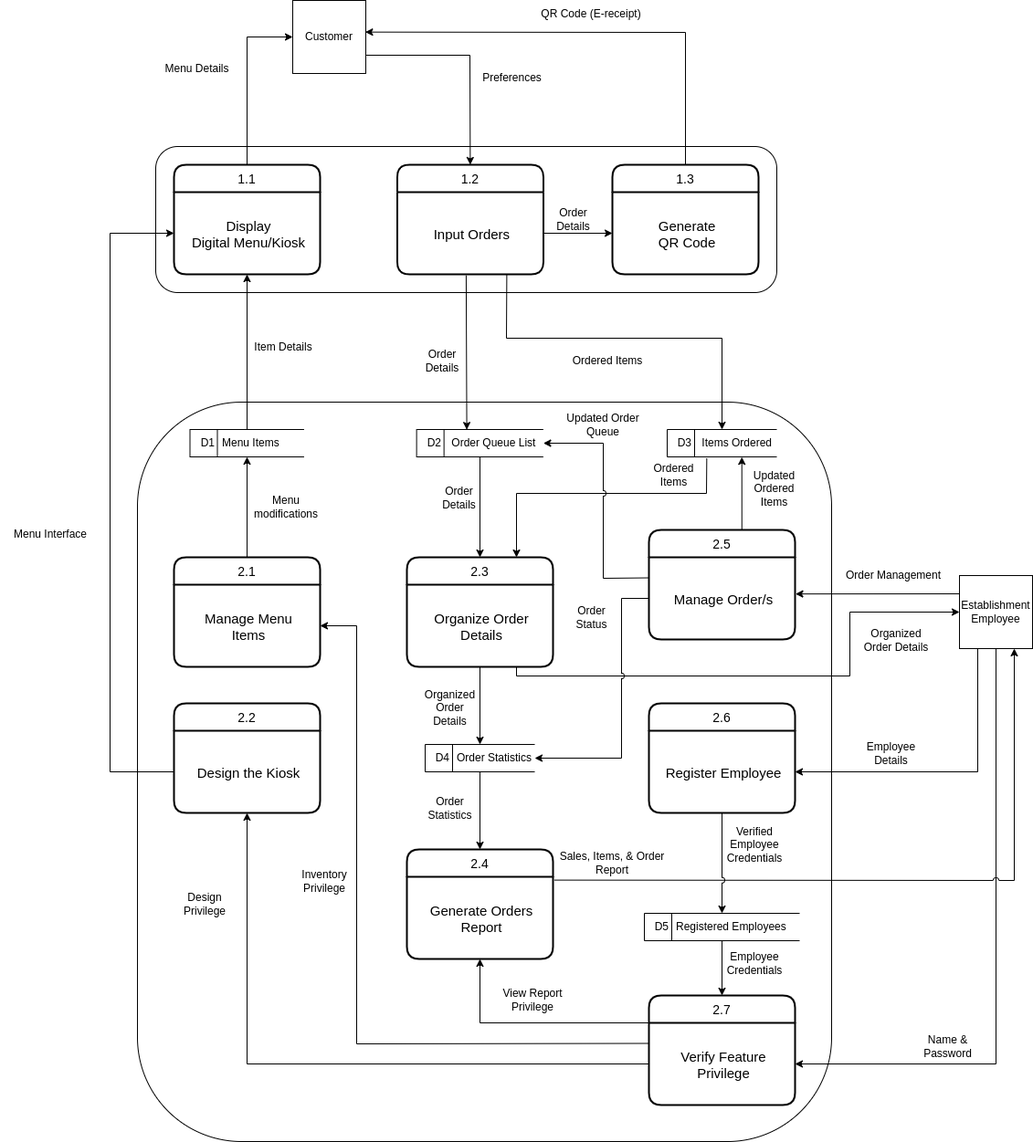
Before: DOCS/Diagrams/DFD Child Diagrams.png, a diagram exported from draw.io (alexxGmZ/MenuMaApp). Source tidied: cells renumbered, new cells last; positions are measured from the earlier drawing's top-left corner, leaving out a move shared by most shapes.
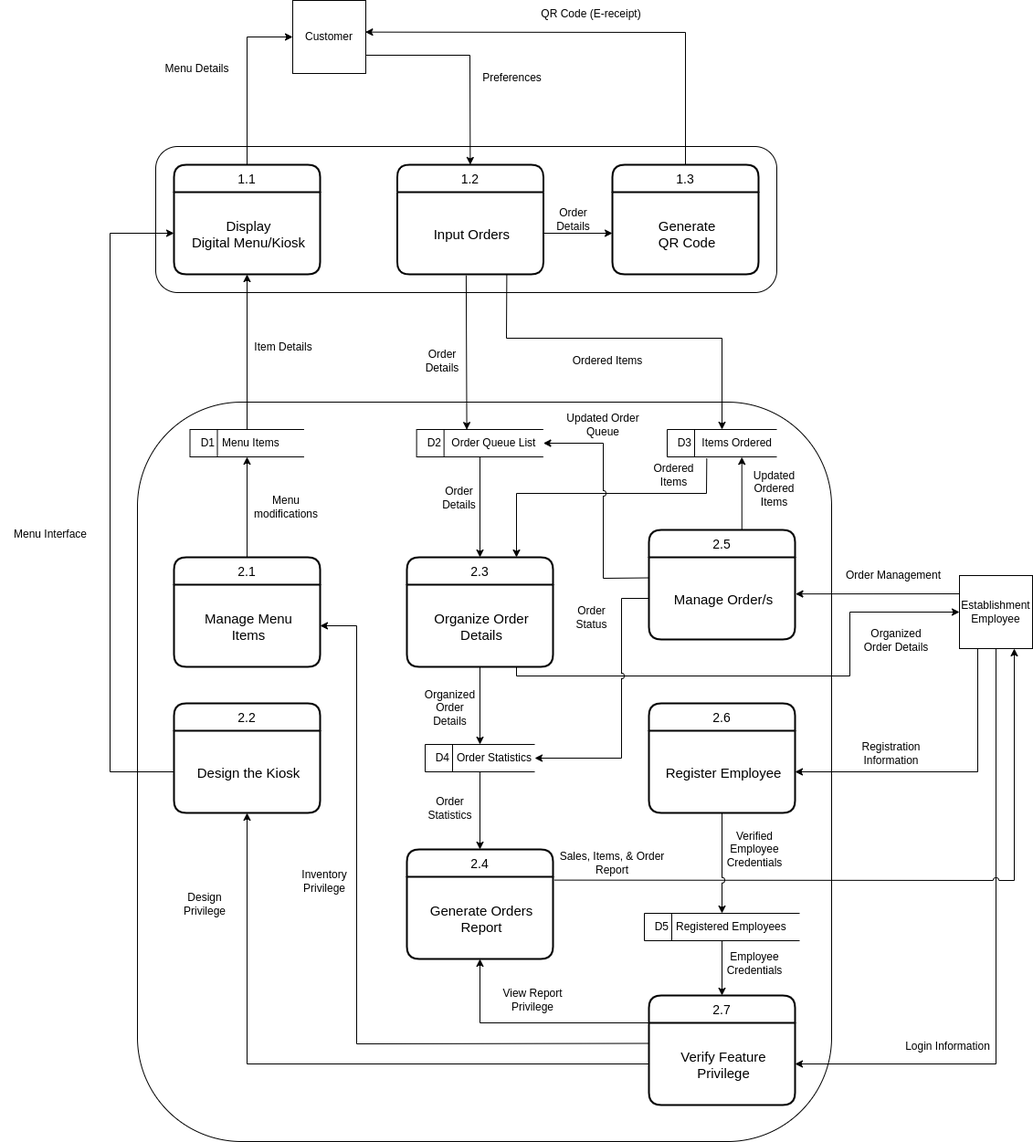
The same file after the commit.

Commit message:
diagram(dfd): child diagrams data flow name changes

Diff of the diagram source:
```diff
@@ -257,8 +257,8 @@
     <mxCell id="63" value="Sales, Items, &amp;amp; Order&lt;br&gt;Report" style="text;html=1;strokeColor=none;fillColor=none;align=center;verticalAlign=middle;whiteSpace=wrap;rounded=0;" parent="1" vertex="1">
       <mxGeometry x="605" y="915" width="130" height="60" as="geometry" />
     </mxCell>
-    <mxCell id="64" value="Name &amp;amp; Password" style="text;html=1;strokeColor=none;fillColor=none;align=center;verticalAlign=middle;whiteSpace=wrap;rounded=0;" parent="1" vertex="1">
-      <mxGeometry x="990" y="1131" width="95" height="30" as="geometry" />
+    <mxCell id="64" value="Login Information" style="text;html=1;strokeColor=none;fillColor=none;align=center;verticalAlign=middle;whiteSpace=wrap;rounded=0;" parent="1" vertex="1">
+      <mxGeometry x="990" y="1131" width="95" height="29" as="geometry" />
     </mxCell>
     <mxCell id="65" value="Order Statistics" style="text;html=1;strokeColor=none;fillColor=none;align=center;verticalAlign=middle;whiteSpace=wrap;rounded=0;" parent="1" vertex="1">
       <mxGeometry x="460" y="870" width="65" height="30" as="geometry" />
@@ -287,11 +287,11 @@
     <mxCell id="73" value="Order Management" style="text;html=1;strokeColor=none;fillColor=none;align=center;verticalAlign=middle;whiteSpace=wrap;rounded=0;" parent="1" vertex="1">
       <mxGeometry x="922.5" y="620" width="110" height="19" as="geometry" />
     </mxCell>
-    <mxCell id="74" value="Employee Details" style="text;html=1;strokeColor=none;fillColor=none;align=center;verticalAlign=middle;whiteSpace=wrap;rounded=0;" parent="1" vertex="1">
+    <mxCell id="74" value="Registration&lt;br&gt;Information" style="text;html=1;strokeColor=none;fillColor=none;align=center;verticalAlign=middle;whiteSpace=wrap;rounded=0;" parent="1" vertex="1">
       <mxGeometry x="928.1" y="810" width="95" height="30" as="geometry" />
     </mxCell>
     <mxCell id="75" value="Verified&lt;br&gt;Employee Credentials" style="text;html=1;strokeColor=none;fillColor=none;align=center;verticalAlign=middle;whiteSpace=wrap;rounded=0;" parent="1" vertex="1">
-      <mxGeometry x="792" y="910" width="68" height="30" as="geometry" />
+      <mxGeometry x="792" y="910" width="68" height="40" as="geometry" />
     </mxCell>
     <mxCell id="76" value="Employee Credentials" style="text;html=1;strokeColor=none;fillColor=none;align=center;verticalAlign=middle;whiteSpace=wrap;rounded=0;" parent="1" vertex="1">
       <mxGeometry x="792" y="1040" width="68" height="30" as="geometry" />
```
